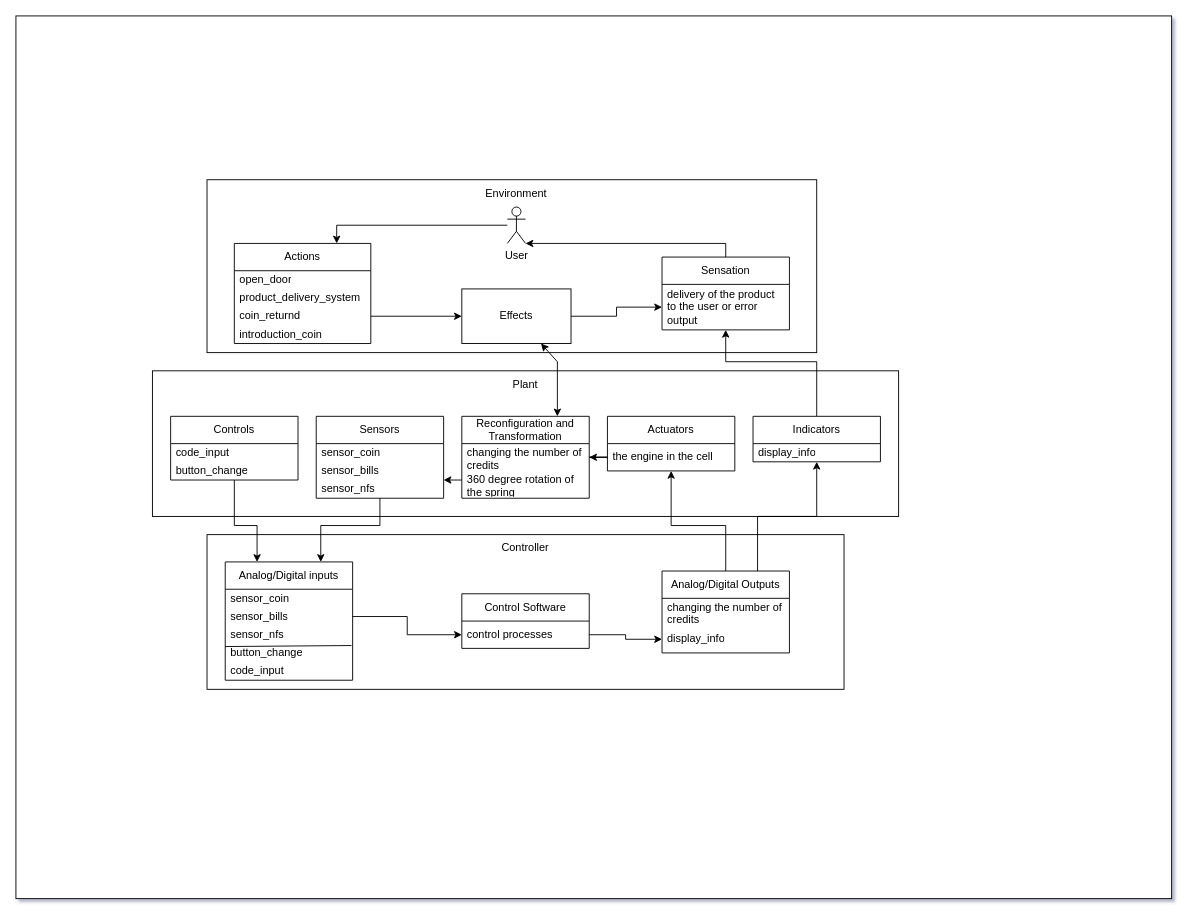
EmelyanovAlexey/Artificial_intelligence keeps this draw.io diagram as Диаграмма без названия.drawio. Above is the earlier version. Source tidied: cells renumbered, new cells numbered last; positions are measured from the earlier drawing's top-left corner, leaving out a move shared by most shapes. Both pictures are drawn from the tidied source at 91%, with x=0, y=0 at pixel (15, 15).
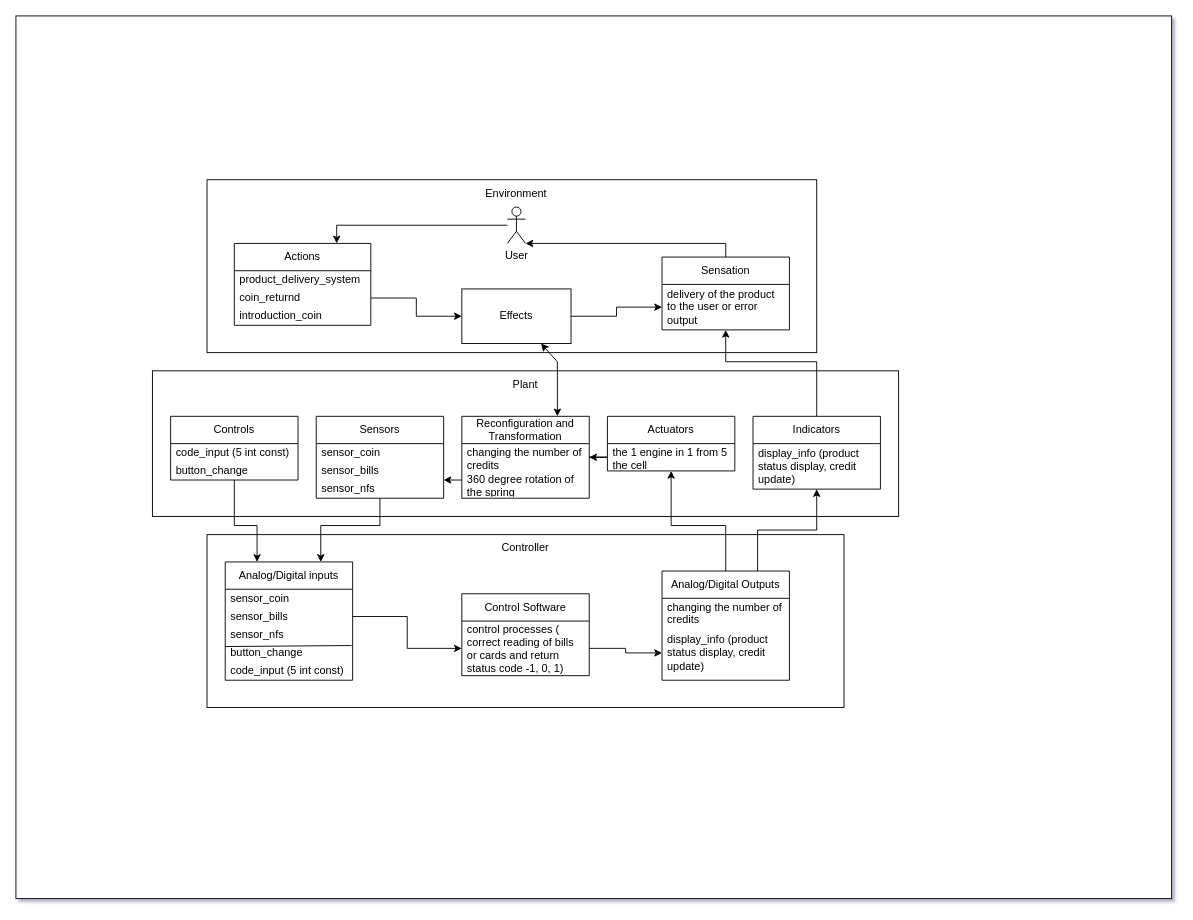
The same diagram, later.

The change refers to these unchanged cells:
```xml
<mxCell id="21" value="Controls" style="swimlane;fontStyle=0;horizontal=1;startSize=30;whiteSpace=wrap;html=1;" parent="1" vertex="1">
  <mxGeometry x="170" y="440" width="140" height="70" as="geometry" />
</mxCell>
<mxCell id="33" value="Actuators" style="swimlane;fontStyle=0;horizontal=1;startSize=30;whiteSpace=wrap;html=1;" parent="1" vertex="1">
  <mxGeometry x="650" y="440" width="140" height="60" as="geometry" />
</mxCell>
<mxCell id="35" value="Analog/Digital inputs" style="swimlane;fontStyle=0;horizontal=1;startSize=30;whiteSpace=wrap;html=1;" parent="1" vertex="1">
  <mxGeometry x="230" y="600" width="140" height="130" as="geometry" />
</mxCell>
```

Change to the diagram source:
```diff
@@
     <mxCell id="7" value="Actions" style="swimlane;fontStyle=0;horizontal=1;startSize=30;whiteSpace=wrap;html=1;" parent="1" vertex="1">
-      <mxGeometry x="240" y="250" width="150" height="110" as="geometry" />
+      <mxGeometry x="240" y="250" width="150" height="90" as="geometry" />
     </mxCell>
-    <mxCell id="8" value="open_door" style="text;strokeColor=none;fillColor=none;align=left;verticalAlign=middle;spacingLeft=4;spacingRight=4;overflow=hidden;whiteSpace=wrap;html=1;" parent="7" vertex="1">
-      <mxGeometry y="30" width="150" height="20" as="geometry" />
-    </mxCell>
     <mxCell id="9" value="product_delivery_system&amp;nbsp;" style="text;strokeColor=none;fillColor=none;align=left;verticalAlign=middle;spacingLeft=4;spacingRight=4;overflow=hidden;whiteSpace=wrap;html=1;" parent="7" vertex="1">
-      <mxGeometry y="50" width="150" height="20" as="geometry" />
+      <mxGeometry y="30" width="150" height="20" as="geometry" />
     </mxCell>
     <mxCell id="10" value="coin_returnd&amp;nbsp;" style="text;strokeColor=none;fillColor=none;align=left;verticalAlign=middle;spacingLeft=4;spacingRight=4;overflow=hidden;points=[[0,0.5],[1,0.5]];portConstraint=eastwest;whiteSpace=wrap;html=1;" parent="7" vertex="1">
-      <mxGeometry y="70" width="150" height="20" as="geometry" />
+      <mxGeometry y="50" width="150" height="20" as="geometry" />
     </mxCell>
     <mxCell id="11" value="introduction_coin" style="text;strokeColor=none;fillColor=none;align=left;verticalAlign=middle;spacingLeft=4;spacingRight=4;overflow=hidden;whiteSpace=wrap;html=1;" parent="7" vertex="1">
-      <mxGeometry y="90" width="150" height="20" as="geometry" />
+      <mxGeometry y="70" width="150" height="20" as="geometry" />
     </mxCell>
@@
     <mxCell id="17" style="rounded=0;whiteSpace=wrap;html=1;" parent="1" vertex="1">
-      <mxGeometry x="210" y="570" width="700" height="170" as="geometry" />
+      <mxGeometry x="210" y="570" width="700" height="190" as="geometry" />
     </mxCell>
@@
-    <mxCell id="22" value="code_input" style="text;strokeColor=none;fillColor=none;align=left;verticalAlign=middle;spacingLeft=4;spacingRight=4;overflow=hidden;whiteSpace=wrap;html=1;" parent="21" vertex="1">
+    <mxCell id="22" value="code_input (5 int const)" style="text;strokeColor=none;fillColor=none;align=left;verticalAlign=middle;spacingLeft=4;spacingRight=4;overflow=hidden;whiteSpace=wrap;html=1;" parent="21" vertex="1">
       <mxGeometry y="30" width="140" height="20" as="geometry" />
     </mxCell>
@@
-    <mxCell id="34" value="the engine in the cell" style="text;strokeColor=none;fillColor=none;align=left;verticalAlign=middle;spacingLeft=4;spacingRight=4;overflow=hidden;points=[[0,0.5],[1,0.5]];portConstraint=eastwest;whiteSpace=wrap;html=1;" parent="33" vertex="1">
+    <mxCell id="34" value="the 1 engine in 1 from 5&amp;nbsp; the&amp;nbsp;cell" style="text;strokeColor=none;fillColor=none;align=left;verticalAlign=middle;spacingLeft=4;spacingRight=4;overflow=hidden;points=[[0,0.5],[1,0.5]];portConstraint=eastwest;whiteSpace=wrap;html=1;" parent="33" vertex="1">
       <mxGeometry y="30" width="140" height="30" as="geometry" />
     </mxCell>
@@
-    <mxCell id="40" value="code_input" style="text;strokeColor=none;fillColor=none;align=left;verticalAlign=middle;spacingLeft=4;spacingRight=4;overflow=hidden;whiteSpace=wrap;html=1;" parent="35" vertex="1">
+    <mxCell id="40" value="code_input (5 int const)" style="text;strokeColor=none;fillColor=none;align=left;verticalAlign=middle;spacingLeft=4;spacingRight=4;overflow=hidden;whiteSpace=wrap;html=1;" parent="35" vertex="1">
       <mxGeometry y="110" width="140" height="20" as="geometry" />
     </mxCell>
@@
     <mxCell id="42" value="Control Software" style="swimlane;fontStyle=0;horizontal=1;startSize=30;whiteSpace=wrap;html=1;" parent="1" vertex="1">
-      <mxGeometry x="490" y="635" width="140" height="60" as="geometry" />
+      <mxGeometry x="490" y="635" width="140" height="90" as="geometry" />
     </mxCell>
-    <mxCell id="43" value="control processes" style="text;strokeColor=none;fillColor=none;align=left;verticalAlign=middle;spacingLeft=4;spacingRight=4;overflow=hidden;points=[[0,0.5],[1,0.5]];portConstraint=eastwest;whiteSpace=wrap;html=1;" parent="42" vertex="1">
-      <mxGeometry y="30" width="140" height="30" as="geometry" />
+    <mxCell id="43" value="control processes (&lt;div&gt;correct reading of bills or cards and return status code -1, 0, 1)&lt;/div&gt;" style="text;strokeColor=none;fillColor=none;align=left;verticalAlign=middle;spacingLeft=4;spacingRight=4;overflow=hidden;points=[[0,0.5],[1,0.5]];portConstraint=eastwest;whiteSpace=wrap;html=1;" parent="42" vertex="1">
+      <mxGeometry y="30" width="140" height="60" as="geometry" />
     </mxCell>
@@
     <mxCell id="46" value="Analog/Digital Outputs" style="swimlane;fontStyle=0;horizontal=1;startSize=30;whiteSpace=wrap;html=1;" parent="1" vertex="1">
-      <mxGeometry x="710" y="610" width="140" height="90" as="geometry" />
+      <mxGeometry x="710" y="610" width="140" height="120" as="geometry" />
     </mxCell>
@@
-    <mxCell id="48" value="display_info" style="text;strokeColor=none;fillColor=none;align=left;verticalAlign=middle;spacingLeft=4;spacingRight=4;overflow=hidden;points=[[0,0.5],[1,0.5]];portConstraint=eastwest;whiteSpace=wrap;html=1;" parent="46" vertex="1">
-      <mxGeometry y="60" width="140" height="30" as="geometry" />
+    <mxCell id="48" value="display_info (product status display, credit update)" style="text;strokeColor=none;fillColor=none;align=left;verticalAlign=middle;spacingLeft=4;spacingRight=4;overflow=hidden;points=[[0,0.5],[1,0.5]];portConstraint=eastwest;whiteSpace=wrap;html=1;" parent="46" vertex="1">
+      <mxGeometry y="60" width="140" height="60" as="geometry" />
     </mxCell>
@@
     <mxCell id="50" value="Indicators" style="swimlane;fontStyle=0;horizontal=1;startSize=30;whiteSpace=wrap;html=1;" parent="1" vertex="1">
-      <mxGeometry x="810" y="440" width="140" height="50" as="geometry" />
+      <mxGeometry x="810" y="440" width="140" height="80" as="geometry" />
     </mxCell>
-    <mxCell id="51" value="display_info" style="text;strokeColor=none;fillColor=none;align=left;verticalAlign=middle;spacingLeft=4;spacingRight=4;overflow=hidden;whiteSpace=wrap;html=1;" parent="50" vertex="1">
-      <mxGeometry y="30" width="140" height="20" as="geometry" />
+    <mxCell id="51" value="display_info (product status display, credit update)" style="text;strokeColor=none;fillColor=none;align=left;verticalAlign=middle;spacingLeft=4;spacingRight=4;overflow=hidden;whiteSpace=wrap;html=1;" parent="50" vertex="1">
+      <mxGeometry y="30" width="140" height="50" as="geometry" />
     </mxCell>
```
